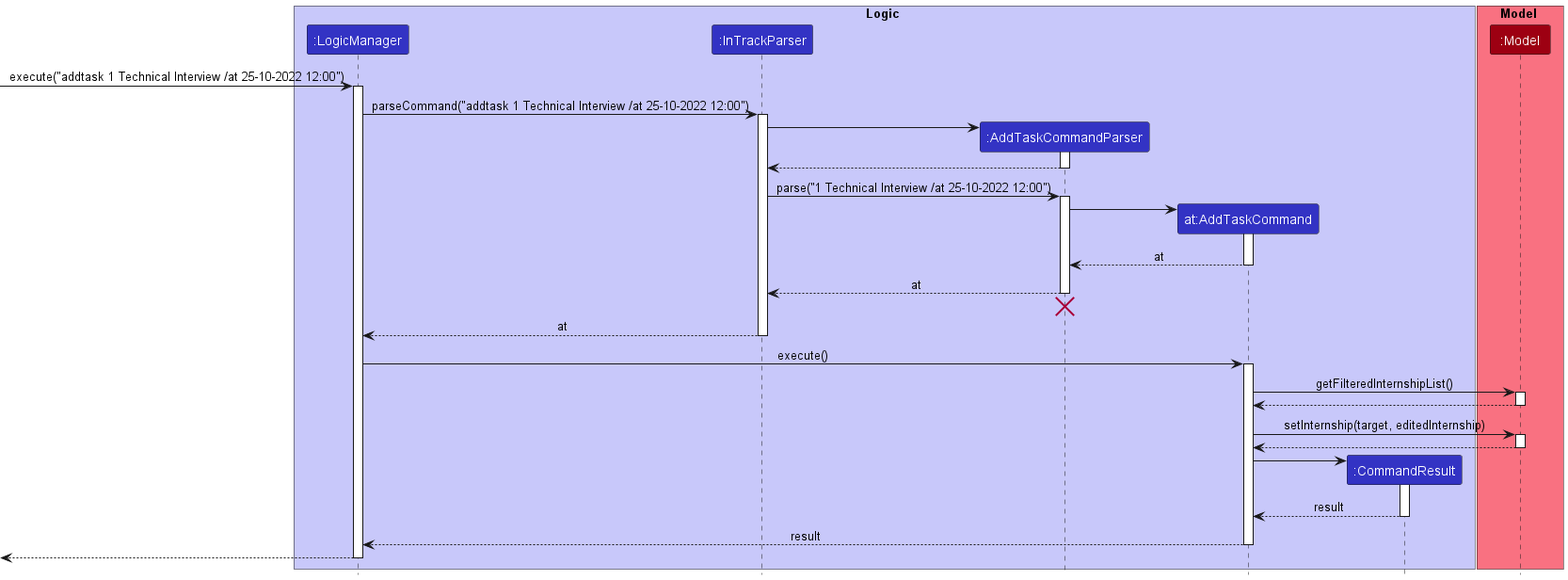
Earlier version of the PlantUML export docs/images/AddTaskSequenceDiagram.png (nus-cs2103-AY2223S1/tp). Source of this version:
```plantuml
@startuml
!include style.puml

box Logic LOGIC_COLOR_T1
participant ":LogicManager" as LogicManager LOGIC_COLOR
participant ":InTrackParser" as InTrackParser LOGIC_COLOR
participant ":AddTaskCommandParser" as AddTaskCommandParser LOGIC_COLOR
participant "at:AddTaskCommand" as AddTaskCommand LOGIC_COLOR
participant ":CommandResult" as CommandResult LOGIC_COLOR
end box

box Model MODEL_COLOR_T1
participant ":Model" as Model MODEL_COLOR
end box

[-> LogicManager : execute("addtask 1 Technical Interview /at 25-10-2022 12:00")
activate LogicManager

LogicManager -> InTrackParser : parseCommand("addtask 1 Technical Interview /at 25-10-2022 12:00")
activate InTrackParser

create AddTaskCommandParser
InTrackParser -> AddTaskCommandParser
activate AddTaskCommandParser

AddTaskCommandParser --> InTrackParser
deactivate AddTaskCommandParser

InTrackParser -> AddTaskCommandParser : parse("1 Technical Interview /at 25-10-2022 12:00")
activate AddTaskCommandParser

create AddTaskCommand
AddTaskCommandParser -> AddTaskCommand
activate AddTaskCommand

AddTaskCommand --> AddTaskCommandParser : at
deactivate AddTaskCommand

AddTaskCommandParser --> InTrackParser : at
deactivate AddTaskCommandParser
AddTaskCommandParser -[hidden]-> InTrackParser
destroy AddTaskCommandParser

InTrackParser --> LogicManager : at
deactivate InTrackParser

LogicManager -> AddTaskCommand : execute()
activate AddTaskCommand

AddTaskCommand -> Model : getFilteredInternshipList()
activate Model

Model --> AddTaskCommand
deactivate Model

AddTaskCommand -> Model : setInternship(target, editedInternship)
activate Model

Model --> AddTaskCommand
deactivate Model

create CommandResult
AddTaskCommand -> CommandResult
activate CommandResult

CommandResult --> AddTaskCommand : result
deactivate CommandResult

AddTaskCommand --> LogicManager : result
deactivate AddTaskCommand

[<--LogicManager
deactivate LogicManager
@enduml
```
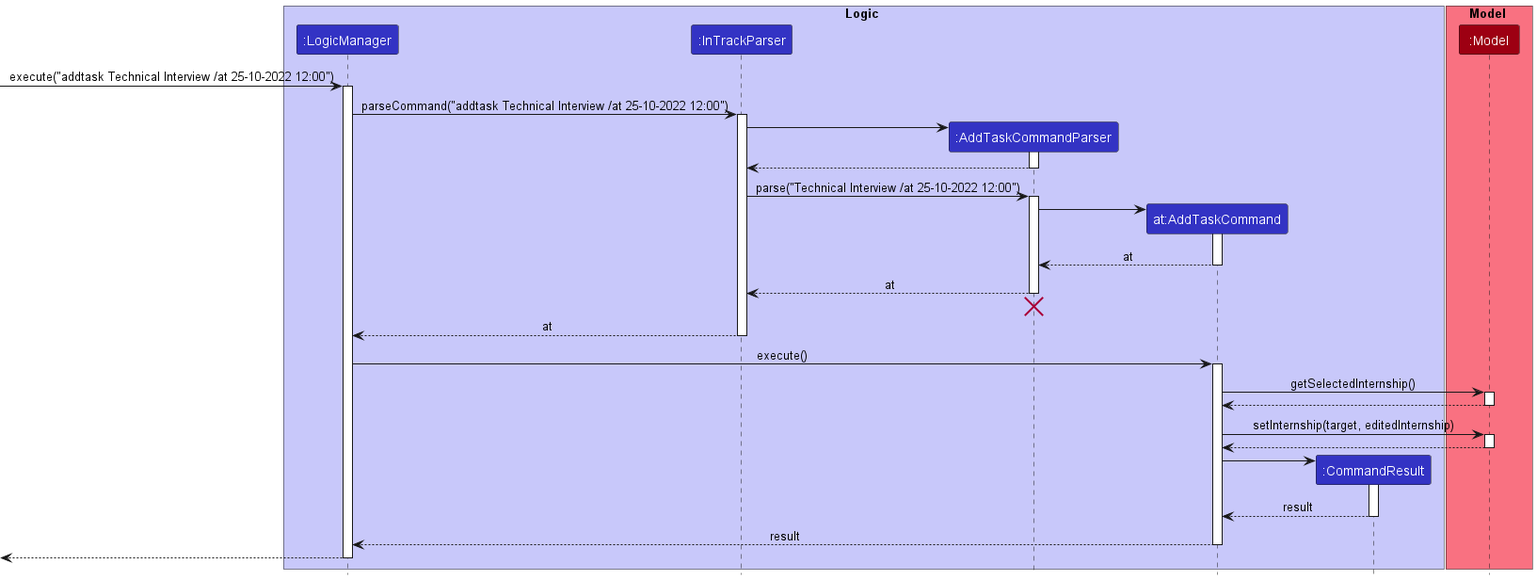
After the change.

Commit message:
Update add task sequence diagram

Change to the diagram source:
```diff
@@ -13,10 +13,10 @@
 participant ":Model" as Model MODEL_COLOR
 end box
 
-[-> LogicManager : execute("addtask 1 Technical Interview /at 25-10-2022 12:00")
+[-> LogicManager : execute("addtask Technical Interview /at 25-10-2022 12:00")
 activate LogicManager
 
-LogicManager -> InTrackParser : parseCommand("addtask 1 Technical Interview /at 25-10-2022 12:00")
+LogicManager -> InTrackParser : parseCommand("addtask Technical Interview /at 25-10-2022 12:00")
 activate InTrackParser
 
 create AddTaskCommandParser
@@ -26,7 +26,7 @@
 AddTaskCommandParser --> InTrackParser
 deactivate AddTaskCommandParser
 
-InTrackParser -> AddTaskCommandParser : parse("1 Technical Interview /at 25-10-2022 12:00")
+InTrackParser -> AddTaskCommandParser : parse("Technical Interview /at 25-10-2022 12:00")
 activate AddTaskCommandParser
 
 create AddTaskCommand
@@ -47,7 +47,7 @@
 LogicManager -> AddTaskCommand : execute()
 activate AddTaskCommand
 
-AddTaskCommand -> Model : getFilteredInternshipList()
+AddTaskCommand -> Model : getSelectedInternship()
 activate Model
 
 Model --> AddTaskCommand
```
